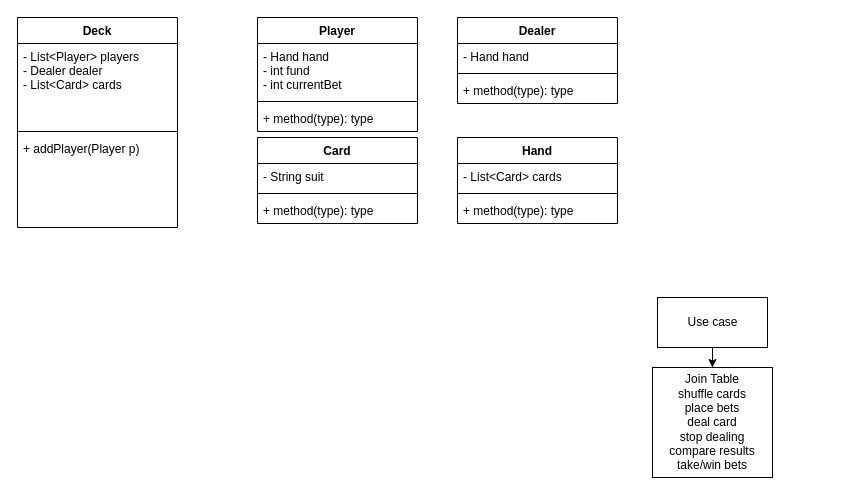
ziwang0411/Draw.io-Repo keeps this draw.io diagram as BlackJack.drawio. Above is the earlier version. Source tidied: cells renumbered, new cells numbered last; positions are measured from the earlier drawing's top-left corner, leaving out a move shared by most shapes. Both pictures are drawn from the tidied source at 100%, with x=0, y=0 at pixel (17, 17).
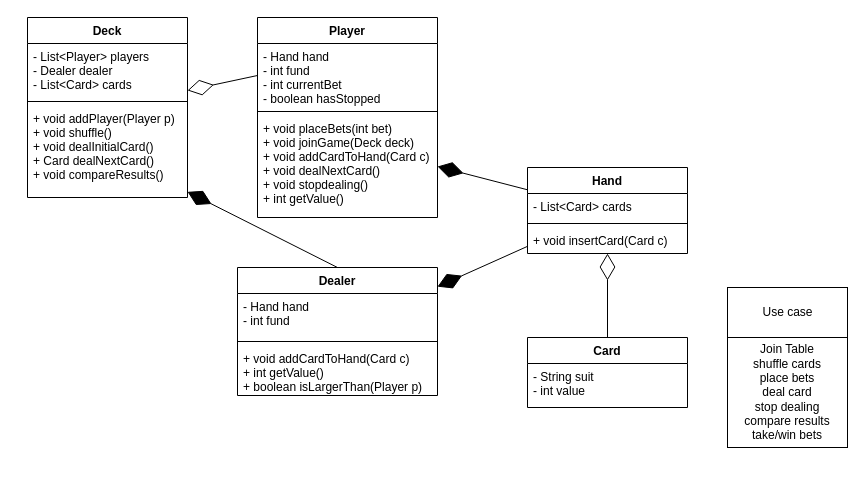
The same diagram, later.

What changed in the source:
```diff
@@
     <mxCell id="2" value="Deck&#10;" style="swimlane;fontStyle=1;align=center;verticalAlign=top;horizontal=1;startSize=26;" parent="1" vertex="1">
-      <mxGeometry width="160" height="210" as="geometry" />
+      <mxGeometry x="10" width="160" height="180" as="geometry" />
     </mxCell>
     <mxCell id="3" value="- List&lt;Player&gt; players&#10;- Dealer dealer&#10;- List&lt;Card&gt; cards" style="text;strokeColor=none;fillColor=none;align=left;verticalAlign=top;spacingLeft=4;spacingRight=4;overflow=hidden;" parent="2" vertex="1">
-      <mxGeometry y="26" width="160" height="84" as="geometry" />
+      <mxGeometry y="26" width="160" height="54" as="geometry" />
     </mxCell>
     <mxCell id="4" style="line;strokeWidth=1;fillColor=none;align=left;verticalAlign=middle;spacingTop=-1;spacingLeft=3;spacingRight=3;labelPosition=right;" parent="2" vertex="1">
-      <mxGeometry y="110" width="160" height="8" as="geometry" />
+      <mxGeometry y="80" width="160" height="8" as="geometry" />
     </mxCell>
-    <mxCell id="5" value="+ addPlayer(Player p)&#10;" style="text;strokeColor=none;fillColor=none;align=left;verticalAlign=top;spacingLeft=4;spacingRight=4;overflow=hidden;points=[[0,0.5],[1,0.5]];portConstraint=eastwest;" parent="2" vertex="1">
-      <mxGeometry y="118" width="160" height="92" as="geometry" />
+    <mxCell id="5" value="+ void addPlayer(Player p)&#10;+ void shuffle()&#10;+ void dealInitialCard()&#10;+ Card dealNextCard()&#10;+ void compareResults()&#10;&#10;" style="text;strokeColor=none;fillColor=none;align=left;verticalAlign=top;spacingLeft=4;spacingRight=4;overflow=hidden;points=[[0,0.5],[1,0.5]];portConstraint=eastwest;" parent="2" vertex="1">
+      <mxGeometry y="88" width="160" height="92" as="geometry" />
     </mxCell>
     <mxCell id="6" value="Player" style="swimlane;fontStyle=1;align=center;verticalAlign=top;horizontal=1;startSize=26;" parent="1" vertex="1">
-      <mxGeometry x="240" width="160" height="114" as="geometry" />
+      <mxGeometry x="240" width="180" height="200" as="geometry" />
     </mxCell>
-    <mxCell id="7" value="- Hand hand&#10;- int fund&#10;- int currentBet" style="text;strokeColor=none;fillColor=none;align=left;verticalAlign=top;spacingLeft=4;spacingRight=4;overflow=hidden;points=[[0,0.5],[1,0.5]];portConstraint=eastwest;" parent="6" vertex="1">
-      <mxGeometry y="26" width="160" height="54" as="geometry" />
+    <mxCell id="7" value="- Hand hand&#10;- int fund&#10;- int currentBet&#10;- boolean hasStopped" style="text;strokeColor=none;fillColor=none;align=left;verticalAlign=top;spacingLeft=4;spacingRight=4;overflow=hidden;points=[[0,0.5],[1,0.5]];portConstraint=eastwest;" parent="6" vertex="1">
+      <mxGeometry y="26" width="180" height="64" as="geometry" />
     </mxCell>
     <mxCell id="8" style="line;strokeWidth=1;fillColor=none;align=left;verticalAlign=middle;spacingTop=-1;spacingLeft=3;spacingRight=3;labelPosition=right;" parent="6" vertex="1">
-      <mxGeometry y="80" width="160" height="8" as="geometry" />
+      <mxGeometry y="90" width="180" height="8" as="geometry" />
     </mxCell>
-    <mxCell id="9" value="+ method(type): type" style="text;strokeColor=none;fillColor=none;align=left;verticalAlign=top;spacingLeft=4;spacingRight=4;overflow=hidden;points=[[0,0.5],[1,0.5]];portConstraint=eastwest;" parent="6" vertex="1">
-      <mxGeometry y="88" width="160" height="26" as="geometry" />
+    <mxCell id="9" value="+ void placeBets(int bet)&#10;+ void joinGame(Deck deck)&#10;+ void addCardToHand(Card c)&#10;+ void dealNextCard()&#10;+ void stopdealing()&#10;+ int getValue()" style="text;strokeColor=none;fillColor=none;align=left;verticalAlign=top;spacingLeft=4;spacingRight=4;overflow=hidden;points=[[0,0.5],[1,0.5]];portConstraint=eastwest;" parent="6" vertex="1">
+      <mxGeometry y="98" width="180" height="102" as="geometry" />
     </mxCell>
     <mxCell id="10" value="Dealer" style="swimlane;fontStyle=1;align=center;verticalAlign=top;horizontal=1;startSize=26;" parent="1" vertex="1">
-      <mxGeometry x="440" width="160" height="86" as="geometry" />
+      <mxGeometry x="220" y="250" width="200" height="128" as="geometry" />
     </mxCell>
-    <mxCell id="11" value="- Hand hand" style="text;strokeColor=none;fillColor=none;align=left;verticalAlign=top;spacingLeft=4;spacingRight=4;overflow=hidden;" parent="10" vertex="1">
-      <mxGeometry y="26" width="160" height="26" as="geometry" />
+    <mxCell id="11" value="- Hand hand&#10;- int fund" style="text;strokeColor=none;fillColor=none;align=left;verticalAlign=top;spacingLeft=4;spacingRight=4;overflow=hidden;" parent="10" vertex="1">
+      <mxGeometry y="26" width="200" height="44" as="geometry" />
     </mxCell>
     <mxCell id="12" style="line;strokeWidth=1;fillColor=none;align=left;verticalAlign=middle;spacingTop=-1;spacingLeft=3;spacingRight=3;labelPosition=right;" parent="10" vertex="1">
-      <mxGeometry y="52" width="160" height="8" as="geometry" />
+      <mxGeometry y="70" width="200" height="8" as="geometry" />
     </mxCell>
-    <mxCell id="13" value="+ method(type): type" style="text;strokeColor=none;fillColor=none;align=left;verticalAlign=top;spacingLeft=4;spacingRight=4;overflow=hidden;" parent="10" vertex="1">
-      <mxGeometry y="60" width="160" height="26" as="geometry" />
+    <mxCell id="13" value="+ void addCardToHand(Card c)&#10;+ int getValue()&#10;+ boolean isLargerThan(Player p)" style="text;strokeColor=none;fillColor=none;align=left;verticalAlign=top;spacingLeft=4;spacingRight=4;overflow=hidden;" parent="10" vertex="1">
+      <mxGeometry y="78" width="200" height="50" as="geometry" />
     </mxCell>
     <mxCell id="14" value="Card" style="swimlane;fontStyle=1;align=center;verticalAlign=top;horizontal=1;startSize=26;" parent="1" vertex="1">
-      <mxGeometry x="240" y="120" width="160" height="86" as="geometry" />
+      <mxGeometry x="510" y="320" width="160" height="70" as="geometry" />
     </mxCell>
-    <mxCell id="15" value="- String suit" style="text;strokeColor=none;fillColor=none;align=left;verticalAlign=top;spacingLeft=4;spacingRight=4;overflow=hidden;" parent="14" vertex="1">
-      <mxGeometry y="26" width="160" height="26" as="geometry" />
+    <mxCell id="15" value="- String suit&#10;- int value" style="text;strokeColor=none;fillColor=none;align=left;verticalAlign=top;spacingLeft=4;spacingRight=4;overflow=hidden;" parent="14" vertex="1">
+      <mxGeometry y="26" width="160" height="44" as="geometry" />
     </mxCell>
-    <mxCell id="16" style="line;strokeWidth=1;fillColor=none;align=left;verticalAlign=middle;spacingTop=-1;spacingLeft=3;spacingRight=3;labelPosition=right;" parent="14" vertex="1">
-      <mxGeometry y="52" width="160" height="8" as="geometry" />
-    </mxCell>
-    <mxCell id="17" value="+ method(type): type" style="text;strokeColor=none;fillColor=none;align=left;verticalAlign=top;spacingLeft=4;spacingRight=4;overflow=hidden;" parent="14" vertex="1">
-      <mxGeometry y="60" width="160" height="26" as="geometry" />
-    </mxCell>
     <mxCell id="18" value="Hand" style="swimlane;fontStyle=1;align=center;verticalAlign=top;horizontal=1;startSize=26;" parent="1" vertex="1">
-      <mxGeometry x="440" y="120" width="160" height="86" as="geometry" />
+      <mxGeometry x="510" y="150" width="160" height="86" as="geometry" />
     </mxCell>
@@
-    <mxCell id="21" value="+ method(type): type" style="text;strokeColor=none;fillColor=none;align=left;verticalAlign=top;spacingLeft=4;spacingRight=4;overflow=hidden;points=[[0,0.5],[1,0.5]];portConstraint=eastwest;" parent="18" vertex="1">
+    <mxCell id="21" value="+ void insertCard(Card c)" style="text;strokeColor=none;fillColor=none;align=left;verticalAlign=top;spacingLeft=4;spacingRight=4;overflow=hidden;points=[[0,0.5],[1,0.5]];portConstraint=eastwest;" parent="18" vertex="1">
       <mxGeometry y="60" width="160" height="26" as="geometry" />
     </mxCell>
@@
     <mxCell id="23" value="Use case" style="html=1;" parent="1" vertex="1">
-      <mxGeometry x="640" y="280" width="110" height="50" as="geometry" />
+      <mxGeometry x="710" y="270" width="120" height="50" as="geometry" />
     </mxCell>
     <mxCell id="24" value="Join Table&lt;br&gt;shuffle cards&lt;br&gt;place bets&lt;br&gt;deal card&lt;br&gt;stop dealing&lt;br&gt;compare results&lt;br&gt;take/win bets" style="whiteSpace=wrap;html=1;" parent="1" vertex="1">
-      <mxGeometry x="635" y="350" width="120" height="110" as="geometry" />
+      <mxGeometry x="710" y="320" width="120" height="110" as="geometry" />
     </mxCell>
+    <mxCell id="25" style="endArrow=diamondThin;endFill=0;endSize=24;html=1;exitX=0.5;exitY=0;exitDx=0;exitDy=0;" parent="1" edge="1" source="14" target="21">
+      <mxGeometry relative="1" as="geometry" />
+    </mxCell>
+    <mxCell id="26" style="endArrow=diamondThin;endFill=1;endSize=24;html=1;entryX=1;entryY=0.5;entryDx=0;entryDy=0;" parent="1" edge="1" source="18" target="9">
+      <mxGeometry relative="1" as="geometry" />
+    </mxCell>
+    <mxCell id="27" style="endArrow=diamondThin;endFill=1;endSize=24;html=1;" parent="1" edge="1" source="18" target="10">
+      <mxGeometry relative="1" as="geometry" />
+    </mxCell>
+    <mxCell id="28" style="endArrow=diamondThin;endFill=1;endSize=24;html=1;exitX=0.5;exitY=0;exitDx=0;exitDy=0;" parent="1" edge="1" source="10" target="5">
+      <mxGeometry relative="1" as="geometry" />
+    </mxCell>
+    <mxCell id="29" style="endArrow=diamondThin;endFill=0;endSize=24;html=1;exitX=0;exitY=0.5;exitDx=0;exitDy=0;" parent="1" edge="1" source="7" target="2">
+      <mxGeometry relative="1" as="geometry" />
+    </mxCell>
```
